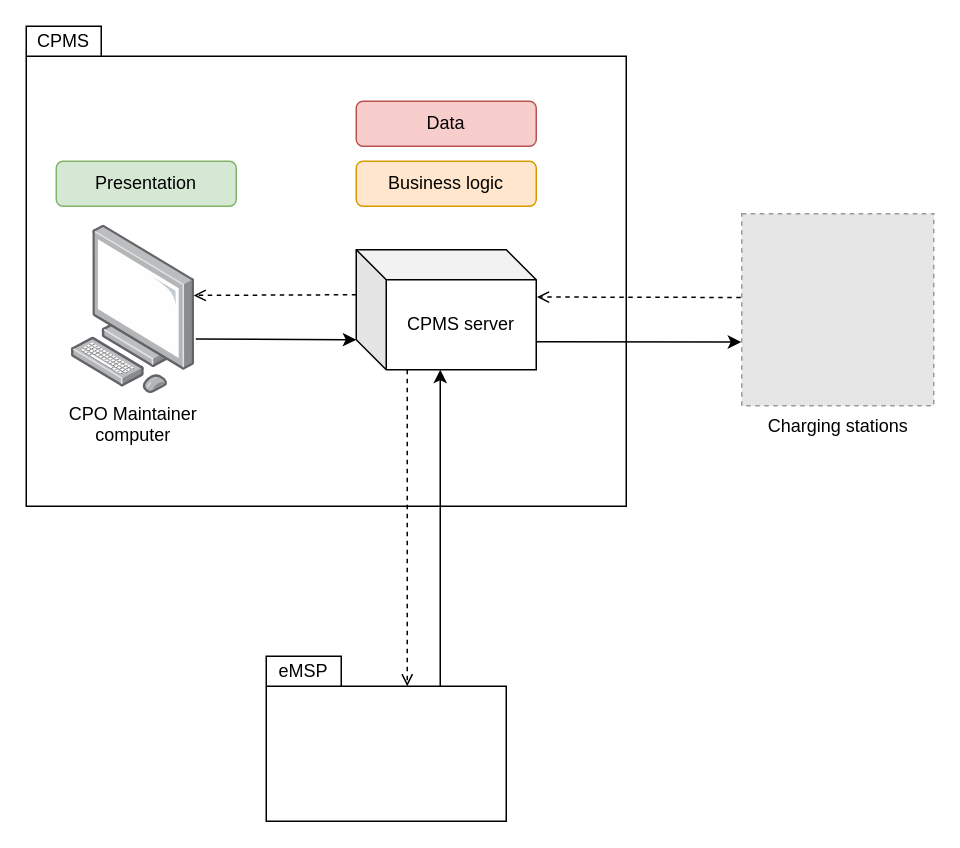
Before: page "CPMS-overview" (2 of 4) of DD/Graphics/DD.drawio in federico-mandelli/CoriglianoMandelliPignataro, a draw.io diagram. Source tidied: cells renumbered, new cells numbered last; positions are measured from the earlier drawing's top-left corner, leaving out a move shared by most shapes. Both pictures are drawn from the tidied source at 150%, with x=0, y=0 at pixel (26, 26). Pictures stored in the file or linked from it are replaced by grey dashed boxes.
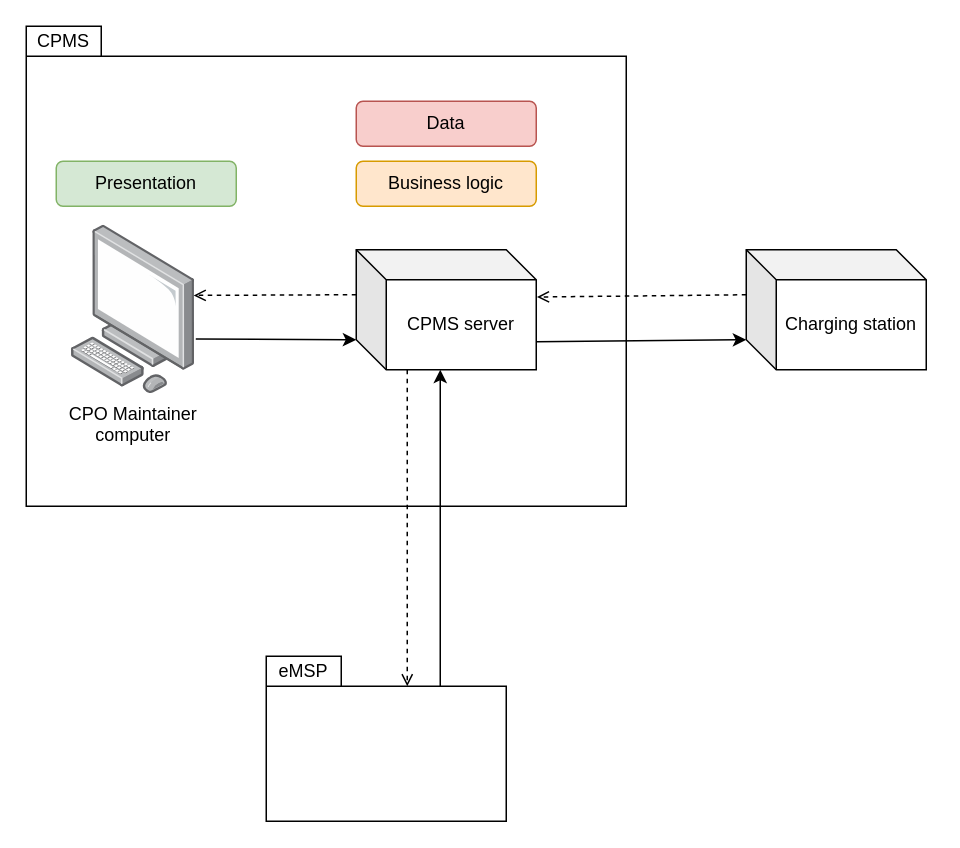
Above is the later version.

The edit, as a diff of the source:
```diff
@@
 <mxGraphModel>
   <root>
     <mxCell id="0" />
     <mxCell id="1" parent="0" />
     <mxCell id="2" style="shape=folder;fontStyle=1;spacingTop=10;tabWidth=50;tabHeight=20;tabPosition=left;html=1;" parent="1" vertex="1">
       <mxGeometry width="400" height="320" as="geometry" />
     </mxCell>
     <mxCell id="3" value="CPMS" style="text;html=1;strokeColor=none;fillColor=none;align=center;verticalAlign=middle;whiteSpace=wrap;rounded=0;" parent="1" vertex="1">
       <mxGeometry width="50" height="20" as="geometry" />
     </mxCell>
     <mxCell id="4" value="CPO Maintainer&lt;br&gt;computer" style="points=[];html=1;align=center;shadow=0;dashed=0;image;image=img/lib/allied_telesis/computer_and_terminals/Personal_Computer.svg;" parent="1" vertex="1">
       <mxGeometry x="30" y="132.9" width="82.7" height="112.1" as="geometry" />
     </mxCell>
     <mxCell id="5" value="CPMS server" style="shape=cube;whiteSpace=wrap;html=1;boundedLbl=1;backgroundOutline=1;darkOpacity=0.05;darkOpacity2=0.1;" parent="1" vertex="1">
       <mxGeometry x="220" y="149" width="120" height="80" as="geometry" />
     </mxCell>
     <mxCell id="6" style="shape=folder;fontStyle=1;spacingTop=10;tabWidth=50;tabHeight=20;tabPosition=left;html=1;" parent="1" vertex="1">
       <mxGeometry x="160" y="420" width="160" height="110" as="geometry" />
     </mxCell>
     <mxCell id="7" value="eMSP" style="text;html=1;strokeColor=none;fillColor=none;align=center;verticalAlign=middle;whiteSpace=wrap;rounded=0;" parent="1" vertex="1">
       <mxGeometry x="160" y="420" width="50" height="20" as="geometry" />
     </mxCell>
     <mxCell id="8" style="endArrow=open;html=1;rounded=0;endFill=0;dashed=1;exitX=0;exitY=0;exitDx=0;exitDy=30;exitPerimeter=0;entryX=0.987;entryY=0.415;entryDx=0;entryDy=0;entryPerimeter=0;" parent="1" edge="1" source="5" target="4">
       <mxGeometry relative="1" as="geometry" />
     </mxCell>
     <mxCell id="9" style="endArrow=classic;html=1;rounded=0;entryX=0;entryY=0;entryDx=0;entryDy=60;entryPerimeter=0;exitX=1.004;exitY=0.675;exitDx=0;exitDy=0;exitPerimeter=0;" parent="1" edge="1" source="4" target="5">
       <mxGeometry relative="1" as="geometry" />
     </mxCell>
-    <mxCell id="10" value="Charging stations" style="fillColor=#E6E6E6;strokeColor=#999999;dashed=1;html=1;verticalAlign=top;verticalLabelPosition=bottom;labelBackgroundColor=#ffffff;" parent="1" vertex="1">
-      <mxGeometry x="477" y="125" width="128" height="128" as="geometry" />
-    </mxCell>
-    <mxCell id="11" style="endArrow=classic;html=1;rounded=0;entryX=-0.003;entryY=0.668;entryDx=0;entryDy=0;exitX=1.002;exitY=0.766;exitDx=0;exitDy=0;exitPerimeter=0;entryPerimeter=0;" parent="1" edge="1" source="5" target="10">
+    <mxCell id="11" style="endArrow=classic;html=1;rounded=0;entryX=0;entryY=0;entryDx=0;entryDy=60;exitX=1.002;exitY=0.766;exitDx=0;exitDy=0;exitPerimeter=0;entryPerimeter=0;" parent="1" edge="1" source="5" target="18">
       <mxGeometry relative="1" as="geometry" />
     </mxCell>
-    <mxCell id="12" style="endArrow=open;html=1;rounded=0;endFill=0;dashed=1;exitX=-0.005;exitY=0.436;exitDx=0;exitDy=0;entryX=1.004;entryY=0.394;entryDx=0;entryDy=0;entryPerimeter=0;exitPerimeter=0;" parent="1" edge="1" source="10" target="5">
+    <mxCell id="12" style="endArrow=open;html=1;rounded=0;endFill=0;dashed=1;exitX=0;exitY=0;exitDx=0;exitDy=30;entryX=1.004;entryY=0.394;entryDx=0;entryDy=0;entryPerimeter=0;exitPerimeter=0;" parent="1" edge="1" source="18" target="5">
       <mxGeometry relative="1" as="geometry" />
     </mxCell>
     <mxCell id="13" style="endArrow=classic;html=1;rounded=0;entryX=0;entryY=0;entryDx=70;entryDy=80;entryPerimeter=0;" parent="1" edge="1">
       <mxGeometry relative="1" as="geometry">
         <mxPoint x="276" y="440" as="sourcePoint" />
         <mxPoint x="276" y="229" as="targetPoint" />
       </mxGeometry>
     </mxCell>
     <mxCell id="14" style="endArrow=open;html=1;rounded=0;endFill=0;dashed=1;exitX=0;exitY=0;exitDx=20;exitDy=80;exitPerimeter=0;" parent="1" edge="1">
       <mxGeometry relative="1" as="geometry">
         <mxPoint x="254" y="229" as="sourcePoint" />
         <mxPoint x="254" y="440" as="targetPoint" />
       </mxGeometry>
     </mxCell>
     <mxCell id="15" value="Data" style="rounded=1;whiteSpace=wrap;html=1;fillColor=#f8cecc;strokeColor=#b85450;" parent="1" vertex="1">
       <mxGeometry x="220" y="50" width="120" height="30" as="geometry" />
     </mxCell>
     <mxCell id="16" value="Presentation" style="rounded=1;whiteSpace=wrap;html=1;fillColor=#d5e8d4;strokeColor=#82b366;" parent="1" vertex="1">
       <mxGeometry x="20" y="90" width="120" height="30" as="geometry" />
     </mxCell>
     <mxCell id="17" value="Business logic" style="rounded=1;whiteSpace=wrap;html=1;fillColor=#ffe6cc;strokeColor=#d79b00;" parent="1" vertex="1">
       <mxGeometry x="220" y="90" width="120" height="30" as="geometry" />
     </mxCell>
+    <mxCell id="18" value="Charging station" style="shape=cube;whiteSpace=wrap;html=1;boundedLbl=1;backgroundOutline=1;darkOpacity=0.05;darkOpacity2=0.1;" parent="1" vertex="1">
+      <mxGeometry x="480" y="149" width="120" height="80" as="geometry" />
+    </mxCell>
   </root>
 </mxGraphModel>
```
